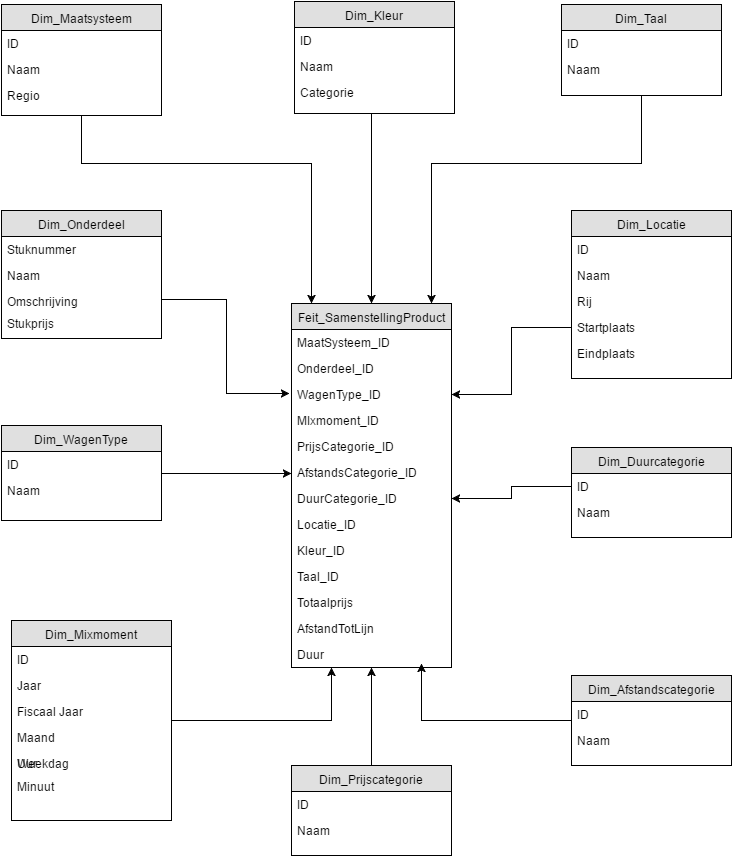
Earlier version of the draw.io export Stermodel_BI.png (BramVer/BI_DashboardCase). Source tidied: cells renumbered, new cells last; positions are measured from the earlier drawing's top-left corner, leaving out a move shared by most shapes.
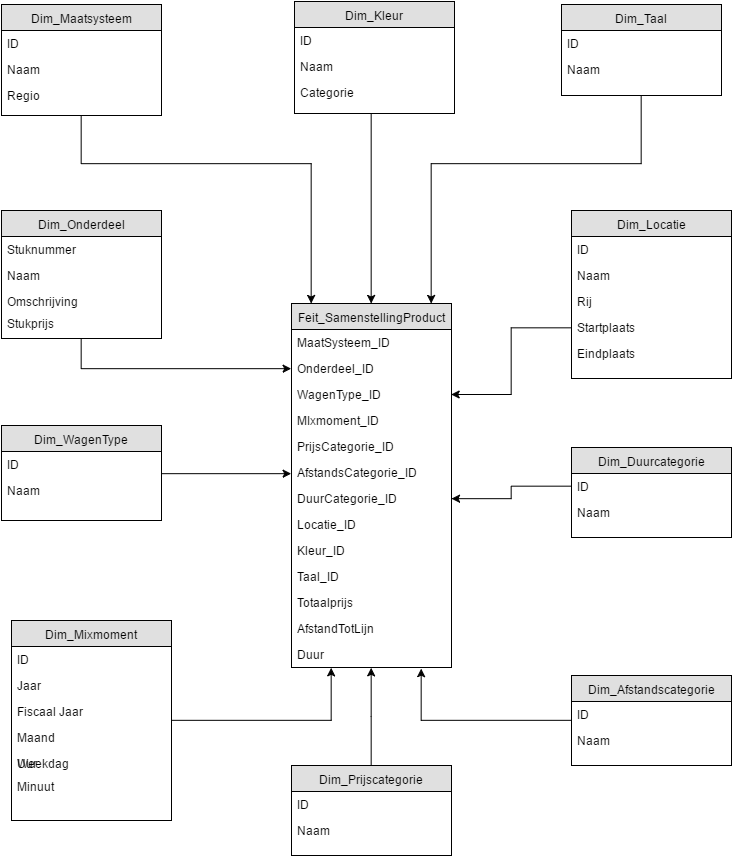
Above is the later version.

Diff of the diagram source:
```diff
@@ -44,6 +44,9 @@
     <mxCell id="15" value="Duur" style="text;html=1;strokeColor=none;fillColor=none;spacingLeft=4;spacingRight=4;whiteSpace=wrap;overflow=hidden;points=[[0,0.5],[1,0.5]];portConstraint=eastwest;" parent="2" vertex="1">
       <mxGeometry y="338" width="160" height="26" as="geometry" />
     </mxCell>
+    <mxCell id="69" style="edgeStyle=orthogonalEdgeStyle;rounded=0;html=1;entryX=0;entryY=0.5;jettySize=auto;" parent="1" edge="1" source="16" target="4">
+      <mxGeometry relative="1" as="geometry" />
+    </mxCell>
     <mxCell id="16" value="Dim_Onderdeel" style="swimlane;html=1;fontStyle=0;horizontal=1;startSize=26;fillColor=#e0e0e0;swimlaneFillColor=#ffffff;align=center;" parent="1" vertex="1">
       <mxGeometry y="209" width="160" height="128" as="geometry" />
     </mxCell>
@@ -135,16 +138,6 @@
     <mxCell id="41" value="Naam" style="text;html=1;strokeColor=none;fillColor=none;spacingLeft=4;spacingRight=4;whiteSpace=wrap;overflow=hidden;" parent="39" vertex="1">
       <mxGeometry y="52" width="160" height="26" as="geometry" />
     </mxCell>
-    <mxCell id="42" style="edgeStyle=orthogonalEdgeStyle;rounded=0;html=1;jettySize=auto;" parent="1" edge="1" source="19">
-      <mxGeometry relative="1" as="geometry">
-        <mxPoint x="288" y="392" as="targetPoint" />
-        <Array as="points">
-          <mxPoint x="225" y="298" />
-          <mxPoint x="225" y="392" />
-          <mxPoint x="288" y="392" />
-        </Array>
-      </mxGeometry>
-    </mxCell>
     <mxCell id="43" style="edgeStyle=orthogonalEdgeStyle;rounded=0;html=1;entryX=1;entryY=0.5;jettySize=auto;" parent="1" edge="1" source="25" target="5">
       <mxGeometry relative="1" as="geometry">
         <Array as="points">
@@ -162,14 +155,13 @@
     <mxCell id="46" value="Naam" style="text;html=1;strokeColor=none;fillColor=none;spacingLeft=4;spacingRight=4;whiteSpace=wrap;overflow=hidden;" parent="44" vertex="1">
       <mxGeometry y="52" width="160" height="26" as="geometry" />
     </mxCell>
-    <mxCell id="47" style="edgeStyle=orthogonalEdgeStyle;rounded=0;html=1;jettySize=auto;" parent="1" edge="1" source="48">
-      <mxGeometry relative="1" as="geometry">
-        <mxPoint x="420" y="662" as="targetPoint" />
-        <Array as="points">
-          <mxPoint x="420" y="719" />
-        </Array>
-      </mxGeometry>
-    </mxCell>
+    <mxCell id="70" style="edgeStyle=orthogonalEdgeStyle;rounded=0;html=1;jettySize=auto;entryX=0.812;entryY=1.036;entryPerimeter=0;" parent="1" edge="1" source="48" target="15">
+      <mxGeometry relative="1" as="geometry">
+        <Array as="points">
+          <mxPoint x="420" y="719" />
+        </Array>
+      </mxGeometry>
+    </mxCell>
     <mxCell id="48" value="Dim_Afstandscategorie" style="swimlane;html=1;fontStyle=0;horizontal=1;startSize=26;fillColor=#e0e0e0;swimlaneFillColor=#ffffff;align=center;" parent="1" vertex="1">
       <mxGeometry x="570" y="674" width="160" height="90" as="geometry" />
     </mxCell>
```
